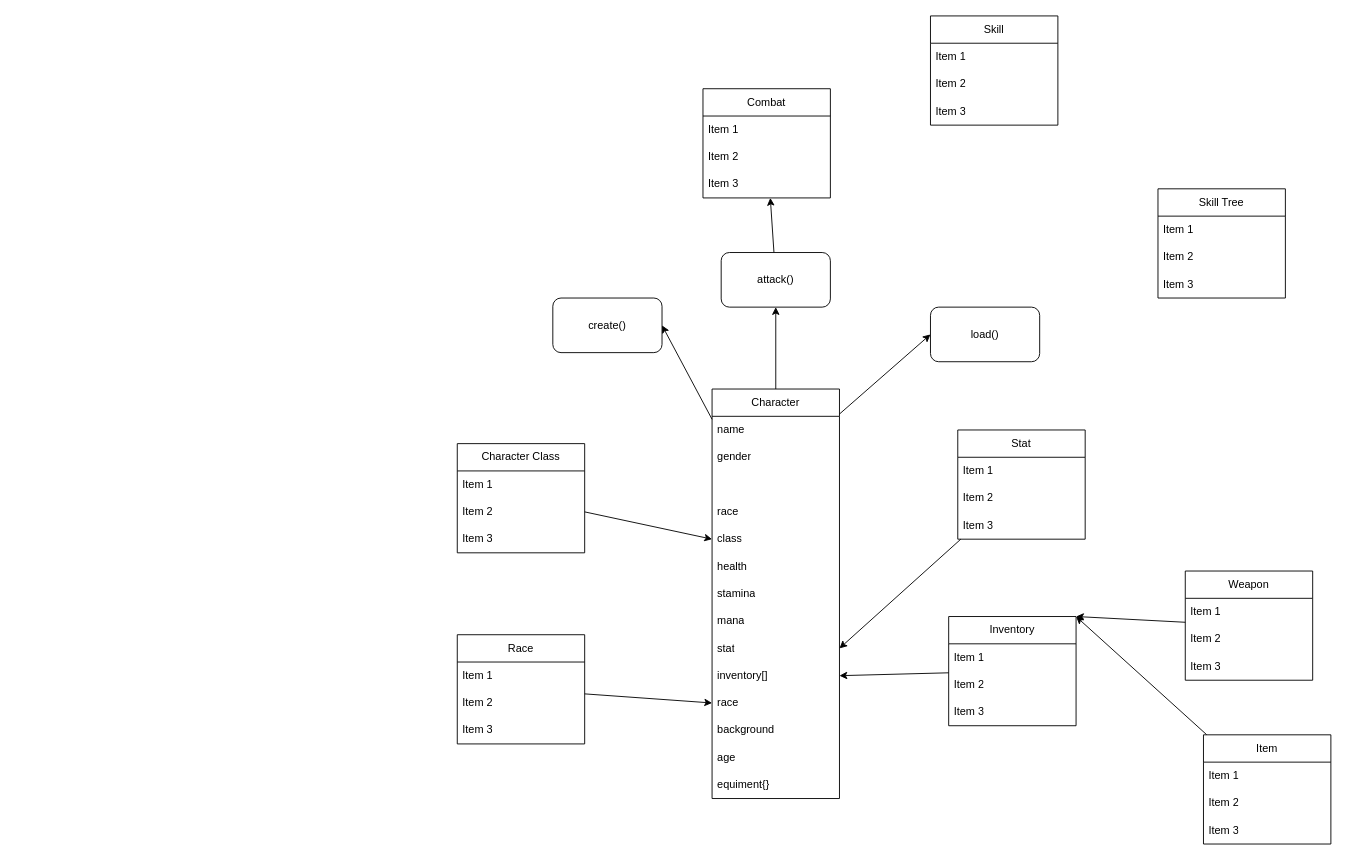
minhduc1212/Text_Based_Game keeps this draw.io diagram as design.drawio. Above is the earlier version. Source tidied: cells renumbered, new cells numbered last; positions are measured from the earlier drawing's top-left corner, leaving out a move shared by most shapes. Both pictures are drawn from the tidied source at 91%, with x=0, y=0 at pixel (457, 15).
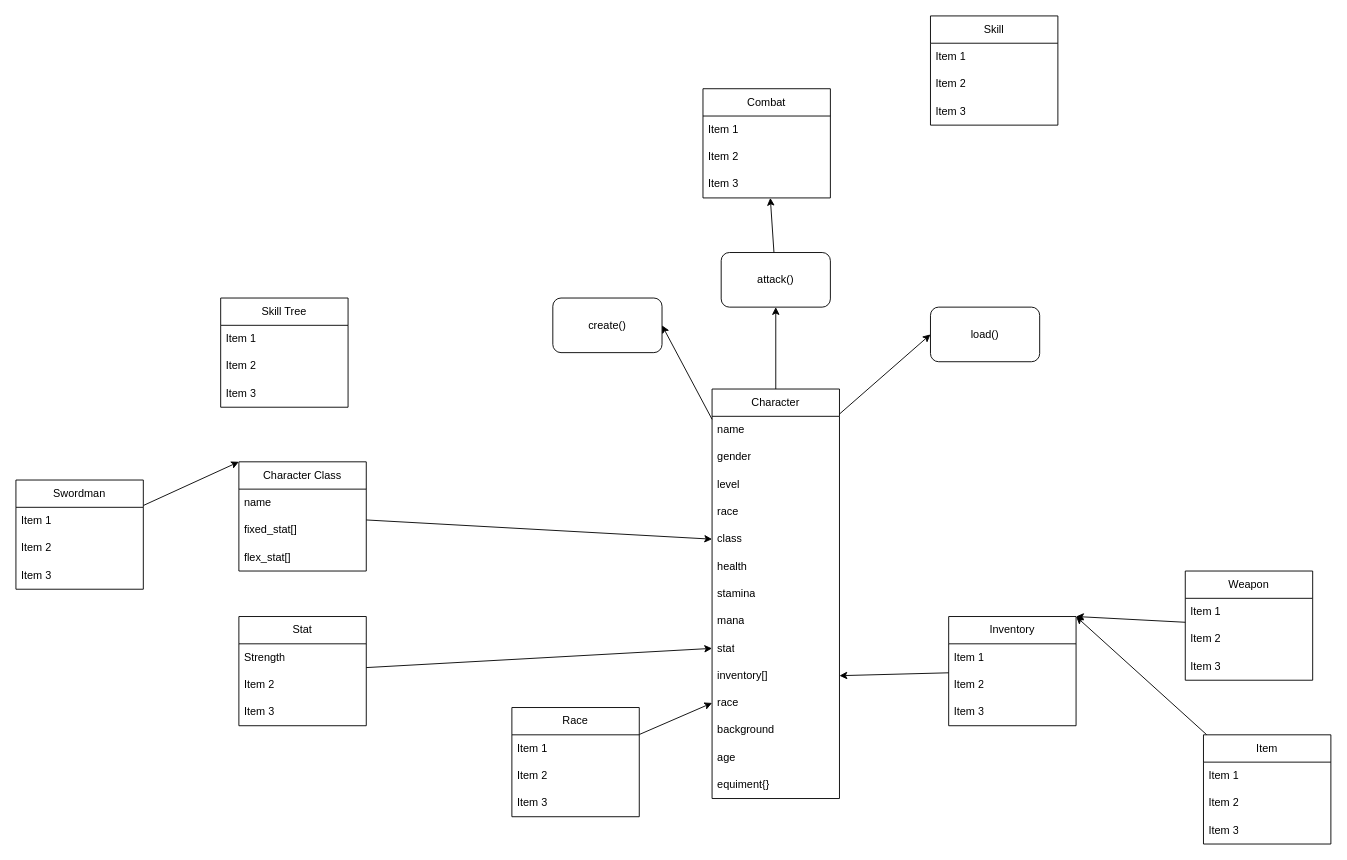
The same diagram, later.

Commit message (it also covers changes not shown here):
feat(design.drawio, character_class.py):first step to build class

The change refers to these unchanged cells:
```xml
<mxCell id="5" value="Character" style="swimlane;fontStyle=0;horizontal=1;startSize=30;whiteSpace=wrap;html=1;" parent="1" vertex="1">
  <mxGeometry x="280" y="410" width="140" height="450" as="geometry" />
</mxCell>
<mxCell id="14" value="stat" style="text;strokeColor=none;fillColor=none;align=left;verticalAlign=middle;spacingLeft=4;spacingRight=4;overflow=hidden;points=[[0,0.5],[1,0.5]];portConstraint=eastwest;whiteSpace=wrap;html=1;" parent="5" vertex="1">
  <mxGeometry y="270" width="140" height="30" as="geometry" />
</mxCell>
```

The edit, as a diff of the source:
```diff
@@
-    <mxCell id="8" style="text;strokeColor=none;fillColor=none;align=left;verticalAlign=middle;spacingLeft=4;spacingRight=4;overflow=hidden;whiteSpace=wrap;html=1;" parent="5" vertex="1">
+    <mxCell id="8" value="level" style="text;strokeColor=none;fillColor=none;align=left;verticalAlign=middle;spacingLeft=4;spacingRight=4;overflow=hidden;whiteSpace=wrap;html=1;" parent="5" vertex="1">
       <mxGeometry y="90" width="140" height="30" as="geometry" />
     </mxCell>
@@
-    <mxCell id="20" style="edgeStyle=none;html=1;entryX=1;entryY=0.5;entryDx=0;entryDy=0;" parent="1" edge="1" source="21" target="14">
+    <mxCell id="20" style="edgeStyle=none;html=1;entryX=0;entryY=0.5;entryDx=0;entryDy=0;" parent="1" edge="1" source="21" target="14">
       <mxGeometry relative="1" as="geometry" />
     </mxCell>
     <mxCell id="21" value="Stat" style="swimlane;fontStyle=0;horizontal=1;startSize=30;whiteSpace=wrap;html=1;" parent="1" vertex="1">
-      <mxGeometry x="550" y="455" width="140" height="120" as="geometry" />
+      <mxGeometry x="-240" y="660" width="140" height="120" as="geometry" />
     </mxCell>
-    <mxCell id="22" value="Item 1" style="text;strokeColor=none;fillColor=none;align=left;verticalAlign=middle;spacingLeft=4;spacingRight=4;overflow=hidden;whiteSpace=wrap;html=1;" parent="21" vertex="1">
+    <mxCell id="22" value="Strength" style="text;strokeColor=none;fillColor=none;align=left;verticalAlign=middle;spacingLeft=4;spacingRight=4;overflow=hidden;whiteSpace=wrap;html=1;" parent="21" vertex="1">
       <mxGeometry y="30" width="140" height="30" as="geometry" />
     </mxCell>
@@
     <mxCell id="35" value="Race" style="swimlane;fontStyle=0;horizontal=1;startSize=30;whiteSpace=wrap;html=1;" parent="1" vertex="1">
-      <mxGeometry y="680" width="140" height="120" as="geometry" />
+      <mxGeometry x="60" y="760" width="140" height="120" as="geometry" />
     </mxCell>
@@
     <mxCell id="40" value="Character Class" style="swimlane;fontStyle=0;horizontal=1;startSize=30;whiteSpace=wrap;html=1;" parent="1" vertex="1">
-      <mxGeometry y="470" width="140" height="120" as="geometry" />
+      <mxGeometry x="-240" y="490" width="140" height="120" as="geometry" />
     </mxCell>
-    <mxCell id="41" value="Item 1" style="text;strokeColor=none;fillColor=none;align=left;verticalAlign=middle;spacingLeft=4;spacingRight=4;overflow=hidden;whiteSpace=wrap;html=1;" parent="40" vertex="1">
+    <mxCell id="41" value="name" style="text;strokeColor=none;fillColor=none;align=left;verticalAlign=middle;spacingLeft=4;spacingRight=4;overflow=hidden;whiteSpace=wrap;html=1;" parent="40" vertex="1">
       <mxGeometry y="30" width="140" height="30" as="geometry" />
     </mxCell>
-    <mxCell id="42" value="Item 2" style="text;strokeColor=none;fillColor=none;align=left;verticalAlign=middle;spacingLeft=4;spacingRight=4;overflow=hidden;whiteSpace=wrap;html=1;" parent="40" vertex="1">
+    <mxCell id="42" value="fixed_stat[]" style="text;strokeColor=none;fillColor=none;align=left;verticalAlign=middle;spacingLeft=4;spacingRight=4;overflow=hidden;whiteSpace=wrap;html=1;" parent="40" vertex="1">
       <mxGeometry y="60" width="140" height="30" as="geometry" />
     </mxCell>
-    <mxCell id="43" value="Item 3" style="text;strokeColor=none;fillColor=none;align=left;verticalAlign=middle;spacingLeft=4;spacingRight=4;overflow=hidden;whiteSpace=wrap;html=1;" parent="40" vertex="1">
+    <mxCell id="43" value="flex_stat[]" style="text;strokeColor=none;fillColor=none;align=left;verticalAlign=middle;spacingLeft=4;spacingRight=4;overflow=hidden;whiteSpace=wrap;html=1;" parent="40" vertex="1">
       <mxGeometry y="90" width="140" height="30" as="geometry" />
     </mxCell>
@@
     <mxCell id="62" value="Skill Tree" style="swimlane;fontStyle=0;horizontal=1;startSize=30;whiteSpace=wrap;html=1;" parent="1" vertex="1">
-      <mxGeometry x="770" y="190" width="140" height="120" as="geometry" />
+      <mxGeometry x="-260" y="310" width="140" height="120" as="geometry" />
     </mxCell>
@@
+    <mxCell id="66" style="edgeStyle=none;html=1;entryX=0;entryY=0;entryDx=0;entryDy=0;" parent="1" edge="1" source="67" target="40">
+      <mxGeometry relative="1" as="geometry" />
+    </mxCell>
+    <mxCell id="67" value="Swordman" style="swimlane;fontStyle=0;horizontal=1;startSize=30;whiteSpace=wrap;html=1;" parent="1" vertex="1">
+      <mxGeometry x="-485" y="510" width="140" height="120" as="geometry" />
+    </mxCell>
+    <mxCell id="68" value="Item 1" style="text;strokeColor=none;fillColor=none;align=left;verticalAlign=middle;spacingLeft=4;spacingRight=4;overflow=hidden;whiteSpace=wrap;html=1;" parent="67" vertex="1">
+      <mxGeometry y="30" width="140" height="30" as="geometry" />
+    </mxCell>
+    <mxCell id="69" value="Item 2" style="text;strokeColor=none;fillColor=none;align=left;verticalAlign=middle;spacingLeft=4;spacingRight=4;overflow=hidden;whiteSpace=wrap;html=1;" parent="67" vertex="1">
+      <mxGeometry y="60" width="140" height="30" as="geometry" />
+    </mxCell>
+    <mxCell id="70" value="Item 3" style="text;strokeColor=none;fillColor=none;align=left;verticalAlign=middle;spacingLeft=4;spacingRight=4;overflow=hidden;whiteSpace=wrap;html=1;" parent="67" vertex="1">
+      <mxGeometry y="90" width="140" height="30" as="geometry" />
+    </mxCell>
```
